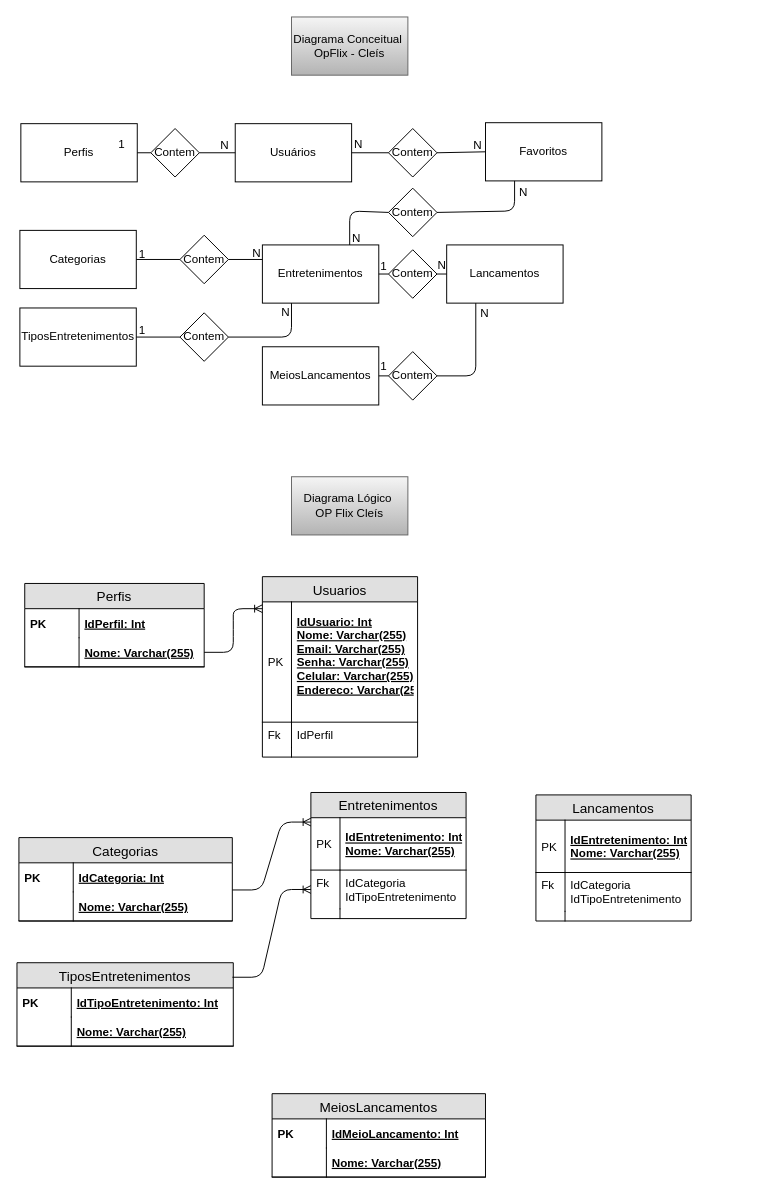
This is Untitled Diagram (1).drawio from CleAurora/2s2019-sprint-1-bd-, a draw.io file, before an edit. Source tidied: cells renumbered, new cells numbered last; positions are measured from the earlier drawing's top-left corner, leaving out a move shared by most shapes. Both pictures are drawn from the tidied source at 97%, with x=0, y=0 at pixel (16, 16).
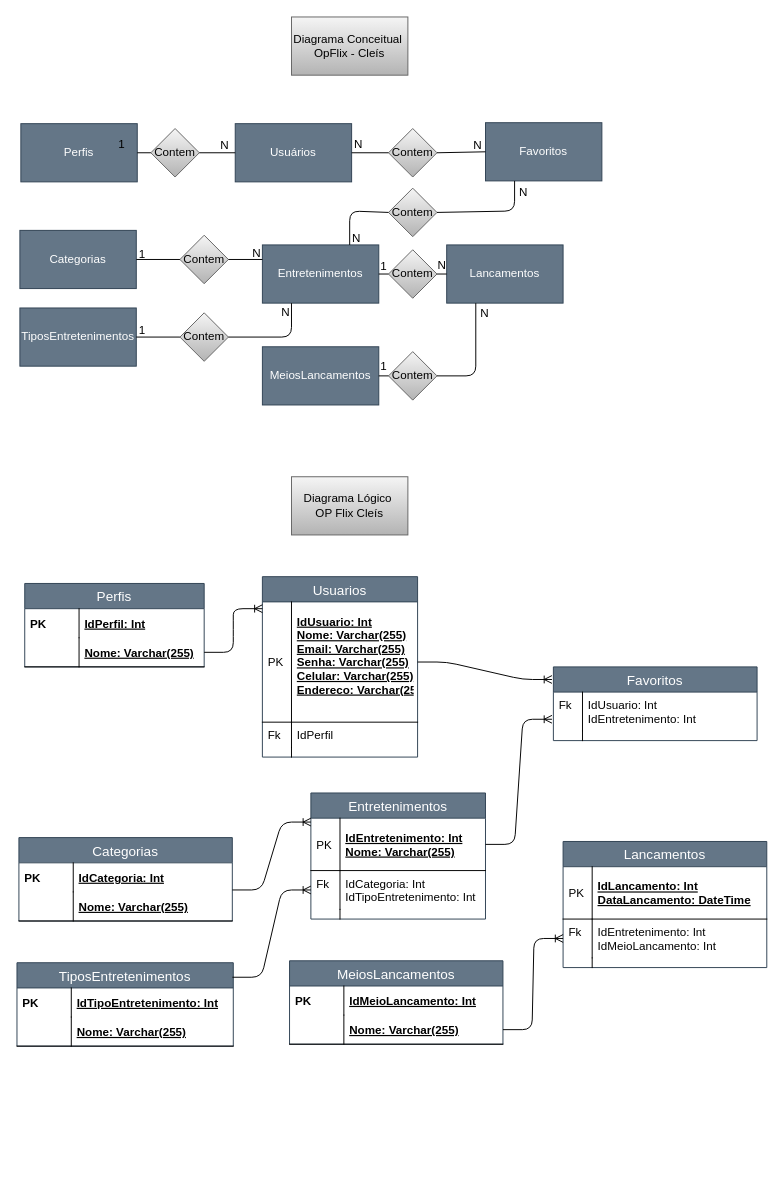
The same diagram, later.

Unchanged cells that the change refers to:
```xml
<mxCell id="63" value="IdUsuario: Int&#10;Nome: Varchar(255)&#10;Email: Varchar(255)&#10;Senha: Varchar(255)&#10;Celular: Varchar(255)&#10;Endereco: Varchar(255)&#10;" style="shape=partialRectangle;top=0;left=0;right=0;bottom=1;align=left;verticalAlign=middle;fillColor=none;spacingLeft=34;spacingRight=4;overflow=hidden;points=[[0,0.5],[1,0.5]];portConstraint=eastwest;fontStyle=5;fontSize=12;" parent="62" vertex="1">
  <mxGeometry y="26" width="160" height="124" as="geometry" />
</mxCell>
<mxCell id="82" value="Nome: Varchar(255)" style="shape=partialRectangle;top=0;left=0;right=0;bottom=1;align=left;verticalAlign=middle;fillColor=none;spacingLeft=60;spacingRight=4;overflow=hidden;points=[[0,0.5],[1,0.5]];portConstraint=eastwest;fontStyle=5;fontSize=12;" parent="79" vertex="1">
  <mxGeometry y="56" width="220" height="30" as="geometry" />
</mxCell>
```

Change to the diagram source:
```diff
@@
-    <mxCell id="3" value="Perfis" style="rounded=0;whiteSpace=wrap;html=1;" parent="1" vertex="1">
+    <mxCell id="3" value="Perfis" style="rounded=0;whiteSpace=wrap;html=1;fillColor=#647687;strokeColor=#314354;fontColor=#ffffff;" parent="1" vertex="1">
       <mxGeometry x="4" y="110" width="120" height="60" as="geometry" />
     </mxCell>
-    <mxCell id="4" value="Usuários" style="rounded=0;whiteSpace=wrap;html=1;" parent="1" vertex="1">
+    <mxCell id="4" value="Usuários" style="rounded=0;whiteSpace=wrap;html=1;fillColor=#647687;strokeColor=#314354;fontColor=#ffffff;" parent="1" vertex="1">
       <mxGeometry x="225" y="110" width="120" height="60" as="geometry" />
     </mxCell>
-    <mxCell id="5" value="Contem" style="rhombus;whiteSpace=wrap;html=1;" parent="1" vertex="1">
+    <mxCell id="5" value="Contem" style="rhombus;whiteSpace=wrap;html=1;gradientColor=#b3b3b3;fillColor=#f5f5f5;strokeColor=#666666;" parent="1" vertex="1">
       <mxGeometry x="138" y="115" width="50" height="50" as="geometry" />
     </mxCell>
@@
-    <mxCell id="10" value="TiposEntretenimentos" style="rounded=0;whiteSpace=wrap;html=1;" parent="1" vertex="1">
+    <mxCell id="10" value="TiposEntretenimentos" style="rounded=0;whiteSpace=wrap;html=1;fillColor=#647687;strokeColor=#314354;fontColor=#ffffff;" parent="1" vertex="1">
       <mxGeometry x="3" y="300" width="120" height="60" as="geometry" />
     </mxCell>
-    <mxCell id="11" value="Categorias" style="rounded=0;whiteSpace=wrap;html=1;" parent="1" vertex="1">
+    <mxCell id="11" value="Categorias" style="rounded=0;whiteSpace=wrap;html=1;fillColor=#647687;strokeColor=#314354;fontColor=#ffffff;" parent="1" vertex="1">
       <mxGeometry x="3" y="220" width="120" height="60" as="geometry" />
     </mxCell>
-    <mxCell id="12" value="MeiosLancamentos" style="rounded=0;whiteSpace=wrap;html=1;" parent="1" vertex="1">
+    <mxCell id="12" value="MeiosLancamentos" style="rounded=0;whiteSpace=wrap;html=1;fillColor=#647687;strokeColor=#314354;fontColor=#ffffff;" parent="1" vertex="1">
       <mxGeometry x="253" y="340" width="120" height="60" as="geometry" />
     </mxCell>
-    <mxCell id="13" value="Entretenimentos" style="rounded=0;whiteSpace=wrap;html=1;" parent="1" vertex="1">
+    <mxCell id="13" value="Entretenimentos" style="rounded=0;whiteSpace=wrap;html=1;fillColor=#647687;strokeColor=#314354;fontColor=#ffffff;" parent="1" vertex="1">
       <mxGeometry x="253" y="235" width="120" height="60" as="geometry" />
     </mxCell>
-    <mxCell id="14" value="Lancamentos" style="rounded=0;whiteSpace=wrap;html=1;" parent="1" vertex="1">
+    <mxCell id="14" value="Lancamentos" style="rounded=0;whiteSpace=wrap;html=1;fillColor=#647687;strokeColor=#314354;fontColor=#ffffff;" parent="1" vertex="1">
       <mxGeometry x="443" y="235" width="120" height="60" as="geometry" />
     </mxCell>
-    <mxCell id="15" value="Contem" style="rhombus;whiteSpace=wrap;html=1;" parent="1" vertex="1">
+    <mxCell id="15" value="Contem" style="rhombus;whiteSpace=wrap;html=1;gradientColor=#b3b3b3;fillColor=#f5f5f5;strokeColor=#666666;" parent="1" vertex="1">
       <mxGeometry x="168" y="305" width="50" height="50" as="geometry" />
     </mxCell>
-    <mxCell id="16" value="Contem" style="rhombus;whiteSpace=wrap;html=1;" parent="1" vertex="1">
+    <mxCell id="16" value="Contem" style="rhombus;whiteSpace=wrap;html=1;gradientColor=#b3b3b3;fillColor=#f5f5f5;strokeColor=#666666;" parent="1" vertex="1">
       <mxGeometry x="168" y="225" width="50" height="50" as="geometry" />
     </mxCell>
@@
-    <mxCell id="21" value="Contem" style="rhombus;whiteSpace=wrap;html=1;" parent="1" vertex="1">
+    <mxCell id="21" value="Contem" style="rhombus;whiteSpace=wrap;html=1;gradientColor=#b3b3b3;fillColor=#f5f5f5;strokeColor=#666666;" parent="1" vertex="1">
       <mxGeometry x="383" y="240" width="50" height="50" as="geometry" />
     </mxCell>
-    <mxCell id="22" value="Contem" style="rhombus;whiteSpace=wrap;html=1;" parent="1" vertex="1">
+    <mxCell id="22" value="Contem" style="rhombus;whiteSpace=wrap;html=1;gradientColor=#b3b3b3;fillColor=#f5f5f5;strokeColor=#666666;" parent="1" vertex="1">
       <mxGeometry x="383" y="345" width="50" height="50" as="geometry" />
     </mxCell>
@@
-    <mxCell id="27" value="Favoritos" style="rounded=0;whiteSpace=wrap;html=1;" parent="1" vertex="1">
+    <mxCell id="27" value="Favoritos" style="rounded=0;whiteSpace=wrap;html=1;fillColor=#647687;strokeColor=#314354;fontColor=#ffffff;" parent="1" vertex="1">
       <mxGeometry x="483" y="109" width="120" height="60" as="geometry" />
     </mxCell>
-    <mxCell id="28" value="Contem" style="rhombus;whiteSpace=wrap;html=1;" parent="1" vertex="1">
+    <mxCell id="28" value="Contem" style="rhombus;whiteSpace=wrap;html=1;gradientColor=#b3b3b3;fillColor=#f5f5f5;strokeColor=#666666;" parent="1" vertex="1">
       <mxGeometry x="383" y="176.5" width="50" height="50" as="geometry" />
     </mxCell>
-    <mxCell id="29" value="Contem" style="rhombus;whiteSpace=wrap;html=1;" parent="1" vertex="1">
+    <mxCell id="29" value="Contem" style="rhombus;whiteSpace=wrap;html=1;gradientColor=#b3b3b3;fillColor=#f5f5f5;strokeColor=#666666;" parent="1" vertex="1">
       <mxGeometry x="383" y="115" width="50" height="50" as="geometry" />
     </mxCell>
@@
-    <mxCell id="47" value="Perfis" style="swimlane;fontStyle=0;horizontal=1;startSize=26;fillColor=#e0e0e0;swimlaneFillColor=#ffffff;align=center;fontSize=14;" parent="1" vertex="1">
+    <mxCell id="47" value="Perfis" style="swimlane;fontStyle=0;horizontal=1;startSize=26;fillColor=#647687;swimlaneFillColor=#ffffff;align=center;fontSize=14;strokeColor=#314354;fontColor=#ffffff;" parent="1" vertex="1">
       <mxGeometry x="8" y="584" width="185" height="86" as="geometry" />
     </mxCell>
@@
-    <mxCell id="52" value="Categorias" style="swimlane;fontStyle=0;horizontal=1;startSize=26;fillColor=#e0e0e0;swimlaneFillColor=#ffffff;align=center;fontSize=14;" parent="1" vertex="1">
+    <mxCell id="52" value="Categorias" style="swimlane;fontStyle=0;horizontal=1;startSize=26;fillColor=#647687;swimlaneFillColor=#ffffff;align=center;fontSize=14;strokeColor=#314354;fontColor=#ffffff;" parent="1" vertex="1">
       <mxGeometry x="2" y="846" width="220" height="86" as="geometry" />
     </mxCell>
@@
-    <mxCell id="57" value="TiposEntretenimentos" style="swimlane;fontStyle=0;horizontal=1;startSize=26;fillColor=#e0e0e0;swimlaneFillColor=#ffffff;align=center;fontSize=14;" parent="1" vertex="1">
+    <mxCell id="57" value="TiposEntretenimentos" style="swimlane;fontStyle=0;horizontal=1;startSize=26;fillColor=#647687;swimlaneFillColor=#ffffff;align=center;fontSize=14;strokeColor=#314354;fontColor=#ffffff;" parent="1" vertex="1">
       <mxGeometry y="975" width="223" height="86" as="geometry" />
     </mxCell>
@@
-    <mxCell id="62" value="Usuarios" style="swimlane;fontStyle=0;horizontal=1;startSize=26;fillColor=#e0e0e0;swimlaneFillColor=#ffffff;align=center;fontSize=14;" parent="1" vertex="1">
+    <mxCell id="62" value="Usuarios" style="swimlane;fontStyle=0;horizontal=1;startSize=26;fillColor=#647687;swimlaneFillColor=#ffffff;align=center;fontSize=14;strokeColor=#314354;fontColor=#ffffff;" parent="1" vertex="1">
       <mxGeometry x="253" y="577" width="160" height="186" as="geometry" />
     </mxCell>
@@
-    <mxCell id="70" value="Entretenimentos" style="swimlane;fontStyle=0;horizontal=1;startSize=26;fillColor=#e0e0e0;swimlaneFillColor=#ffffff;align=center;fontSize=14;" parent="1" vertex="1">
-      <mxGeometry x="303" y="799.5" width="160" height="130" as="geometry" />
+    <mxCell id="70" value="Entretenimentos" style="swimlane;fontStyle=0;horizontal=1;startSize=26;fillColor=#647687;swimlaneFillColor=#ffffff;align=center;fontSize=14;strokeColor=#314354;fontColor=#ffffff;" parent="1" vertex="1">
+      <mxGeometry x="303" y="800" width="180" height="130" as="geometry" />
     </mxCell>
     <mxCell id="71" value="IdEntretenimento: Int&#10;Nome: Varchar(255)" style="shape=partialRectangle;top=0;left=0;right=0;bottom=1;align=left;verticalAlign=middle;fillColor=none;spacingLeft=34;spacingRight=4;overflow=hidden;points=[[0,0.5],[1,0.5]];portConstraint=eastwest;fontStyle=5;fontSize=12;" parent="70" vertex="1">
-      <mxGeometry y="26" width="160" height="54" as="geometry" />
+      <mxGeometry y="26" width="180" height="54" as="geometry" />
     </mxCell>
@@
-    <mxCell id="73" value="IdCategoria&#10;IdTipoEntretenimento" style="shape=partialRectangle;top=0;left=0;right=0;bottom=0;align=left;verticalAlign=top;fillColor=none;spacingLeft=34;spacingRight=4;overflow=hidden;points=[[0,0.5],[1,0.5]];portConstraint=eastwest;fontSize=12;" parent="70" vertex="1">
-      <mxGeometry y="80" width="160" height="40" as="geometry" />
+    <mxCell id="73" value="IdCategoria: Int&#10;IdTipoEntretenimento: Int" style="shape=partialRectangle;top=0;left=0;right=0;bottom=0;align=left;verticalAlign=top;fillColor=none;spacingLeft=34;spacingRight=4;overflow=hidden;points=[[0,0.5],[1,0.5]];portConstraint=eastwest;fontSize=12;" parent="70" vertex="1">
+      <mxGeometry y="80" width="180" height="40" as="geometry" />
     </mxCell>
@@
     <mxCell id="75" style="shape=partialRectangle;top=0;left=0;right=0;bottom=0;align=left;verticalAlign=top;fillColor=none;spacingLeft=34;spacingRight=4;overflow=hidden;fontSize=12;" parent="70" vertex="1">
-      <mxGeometry y="120" width="160" height="10" as="geometry" />
+      <mxGeometry y="120" width="180" height="10" as="geometry" />
     </mxCell>
@@
-    <mxCell id="79" value="MeiosLancamentos" style="swimlane;fontStyle=0;horizontal=1;startSize=26;fillColor=#e0e0e0;swimlaneFillColor=#ffffff;align=center;fontSize=14;" parent="1" vertex="1">
-      <mxGeometry x="263" y="1110" width="220" height="86" as="geometry" />
+    <mxCell id="79" value="MeiosLancamentos" style="swimlane;fontStyle=0;horizontal=1;startSize=26;fillColor=#647687;swimlaneFillColor=#ffffff;align=center;fontSize=14;strokeColor=#314354;fontColor=#ffffff;" parent="1" vertex="1">
+      <mxGeometry x="281" y="973" width="220" height="86" as="geometry" />
     </mxCell>
@@
-    <mxCell id="84" value="Lancamentos" style="swimlane;fontStyle=0;horizontal=1;startSize=26;fillColor=#e0e0e0;swimlaneFillColor=#ffffff;align=center;fontSize=14;" parent="1" vertex="1">
-      <mxGeometry x="535" y="802" width="160" height="130" as="geometry" />
+    <mxCell id="84" value="Lancamentos" style="swimlane;fontStyle=0;horizontal=1;startSize=26;fillColor=#647687;swimlaneFillColor=#ffffff;align=center;fontSize=14;strokeColor=#314354;fontColor=#ffffff;" parent="1" vertex="1">
+      <mxGeometry x="563" y="850" width="210" height="130" as="geometry" />
     </mxCell>
-    <mxCell id="85" value="IdEntretenimento: Int&#10;Nome: Varchar(255)" style="shape=partialRectangle;top=0;left=0;right=0;bottom=1;align=left;verticalAlign=middle;fillColor=none;spacingLeft=34;spacingRight=4;overflow=hidden;fontStyle=5;fontSize=12;" parent="84" vertex="1">
-      <mxGeometry y="26" width="160" height="54" as="geometry" />
+    <mxCell id="85" value="IdLancamento: Int&#10;DataLancamento: DateTime" style="shape=partialRectangle;top=0;left=0;right=0;bottom=1;align=left;verticalAlign=middle;fillColor=none;spacingLeft=34;spacingRight=4;overflow=hidden;fontStyle=5;fontSize=12;" parent="84" vertex="1">
+      <mxGeometry y="26" width="210" height="54" as="geometry" />
     </mxCell>
@@
-    <mxCell id="87" value="IdCategoria&#10;IdTipoEntretenimento" style="shape=partialRectangle;top=0;left=0;right=0;bottom=0;align=left;verticalAlign=top;fillColor=none;spacingLeft=34;spacingRight=4;overflow=hidden;points=[[0,0.5],[1,0.5]];portConstraint=eastwest;fontSize=12;" parent="84" vertex="1">
-      <mxGeometry y="80" width="160" height="40" as="geometry" />
+    <mxCell id="87" value="IdEntretenimento: Int&#10;IdMeioLancamento: Int" style="shape=partialRectangle;top=0;left=0;right=0;bottom=0;align=left;verticalAlign=top;fillColor=none;spacingLeft=34;spacingRight=4;overflow=hidden;points=[[0,0.5],[1,0.5]];portConstraint=eastwest;fontSize=12;" parent="84" vertex="1">
+      <mxGeometry y="80" width="210" height="40" as="geometry" />
     </mxCell>
@@
     <mxCell id="89" style="shape=partialRectangle;top=0;left=0;right=0;bottom=0;align=left;verticalAlign=top;fillColor=none;spacingLeft=34;spacingRight=4;overflow=hidden;fontSize=12;" parent="84" vertex="1">
-      <mxGeometry y="120" width="160" height="10" as="geometry" />
+      <mxGeometry y="120" width="210" height="10" as="geometry" />
     </mxCell>
@@
+    <mxCell id="91" style="edgeStyle=entityRelationEdgeStyle;fontSize=12;html=1;endArrow=ERoneToMany;exitX=1;exitY=0.5;exitDx=0;exitDy=0;entryX=0;entryY=0.5;entryDx=0;entryDy=0;" parent="1" edge="1" source="82" target="87">
+      <mxGeometry relative="1" as="geometry" />
+    </mxCell>
+    <mxCell id="92" value="Favoritos" style="swimlane;fontStyle=0;horizontal=1;startSize=26;fillColor=#647687;swimlaneFillColor=#ffffff;align=center;fontSize=14;strokeColor=#314354;fontColor=#ffffff;" parent="1" vertex="1">
+      <mxGeometry x="553" y="670" width="210" height="76" as="geometry" />
+    </mxCell>
+    <mxCell id="93" value="IdUsuario: Int&#10;IdEntretenimento: Int" style="shape=partialRectangle;top=0;left=0;right=0;bottom=0;align=left;verticalAlign=top;fillColor=none;spacingLeft=34;spacingRight=4;overflow=hidden;points=[[0,0.5],[1,0.5]];portConstraint=eastwest;fontSize=12;" parent="92" vertex="1">
+      <mxGeometry y="26" width="210" height="40" as="geometry" />
+    </mxCell>
+    <mxCell id="94" value="Fk" style="shape=partialRectangle;top=0;left=0;bottom=0;fillColor=none;align=left;verticalAlign=top;spacingLeft=4;spacingRight=4;overflow=hidden;fontSize=12;" parent="93" vertex="1">
+      <mxGeometry width="30" height="40" as="geometry" />
+    </mxCell>
+    <mxCell id="95" style="shape=partialRectangle;top=0;left=0;right=0;bottom=0;align=left;verticalAlign=top;fillColor=none;spacingLeft=34;spacingRight=4;overflow=hidden;fontSize=12;" parent="92" vertex="1">
+      <mxGeometry y="66" width="210" height="10" as="geometry" />
+    </mxCell>
+    <mxCell id="96" style="shape=partialRectangle;top=0;left=0;bottom=0;fillColor=none;align=left;verticalAlign=top;spacingLeft=4;spacingRight=4;overflow=hidden;fontSize=12;" parent="95" vertex="1">
+      <mxGeometry width="30" height="10" as="geometry" />
+    </mxCell>
+    <mxCell id="97" style="edgeStyle=entityRelationEdgeStyle;fontSize=12;html=1;endArrow=ERoneToMany;exitX=1;exitY=0.5;exitDx=0;exitDy=0;entryX=-0.007;entryY=0.7;entryDx=0;entryDy=0;entryPerimeter=0;" parent="1" edge="1" source="71" target="93">
+      <mxGeometry relative="1" as="geometry" />
+    </mxCell>
+    <mxCell id="98" style="edgeStyle=entityRelationEdgeStyle;fontSize=12;html=1;endArrow=ERoneToMany;entryX=-0.007;entryY=0.171;entryDx=0;entryDy=0;entryPerimeter=0;exitX=1;exitY=0.5;exitDx=0;exitDy=0;" parent="1" edge="1" source="63" target="92">
+      <mxGeometry relative="1" as="geometry" />
+    </mxCell>
```
